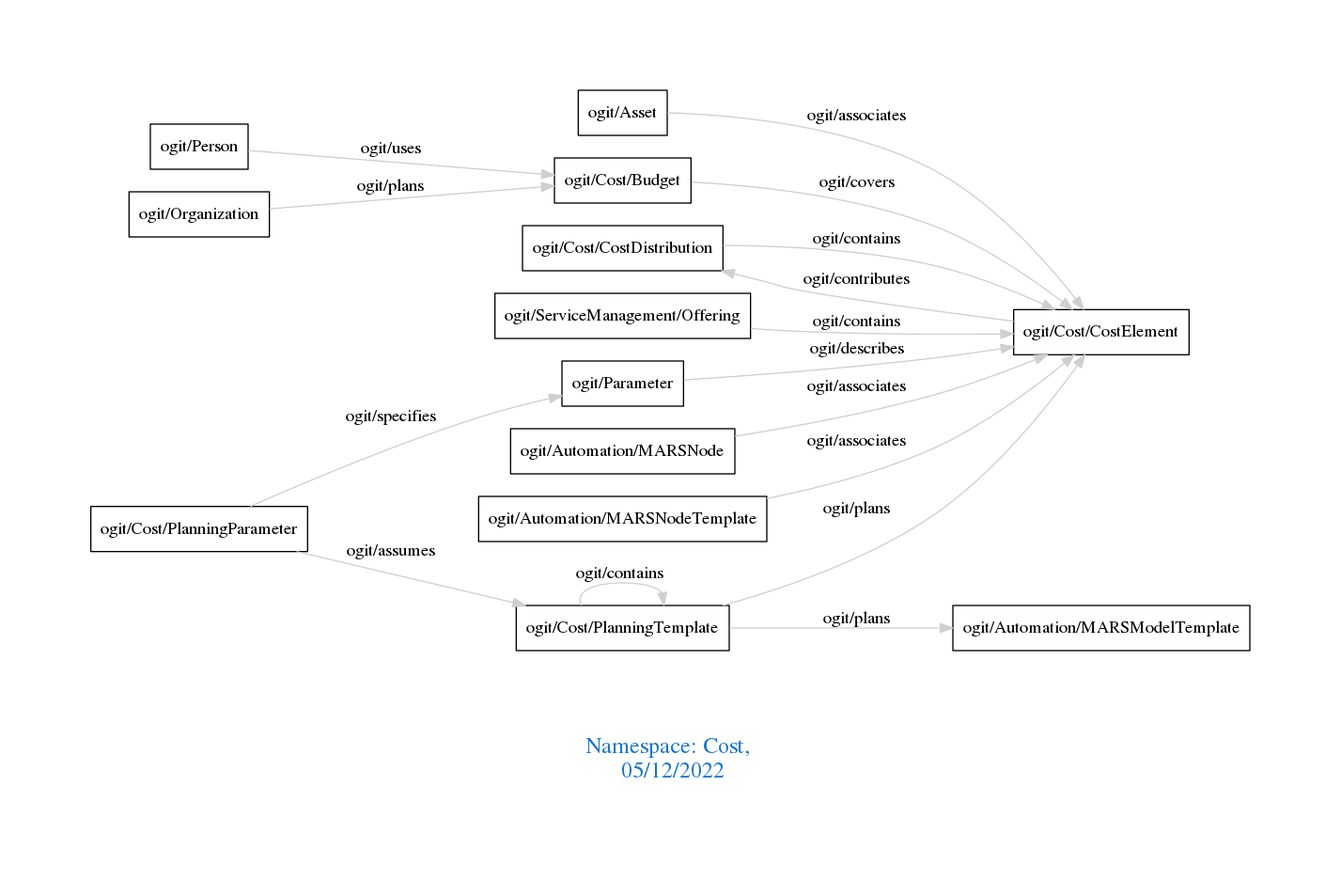
arago/OGIT keeps this Graphviz diagram as downloads/Cost.png. Above is the earlier version. Its source is kept beside it as downloads/Cost.dot.
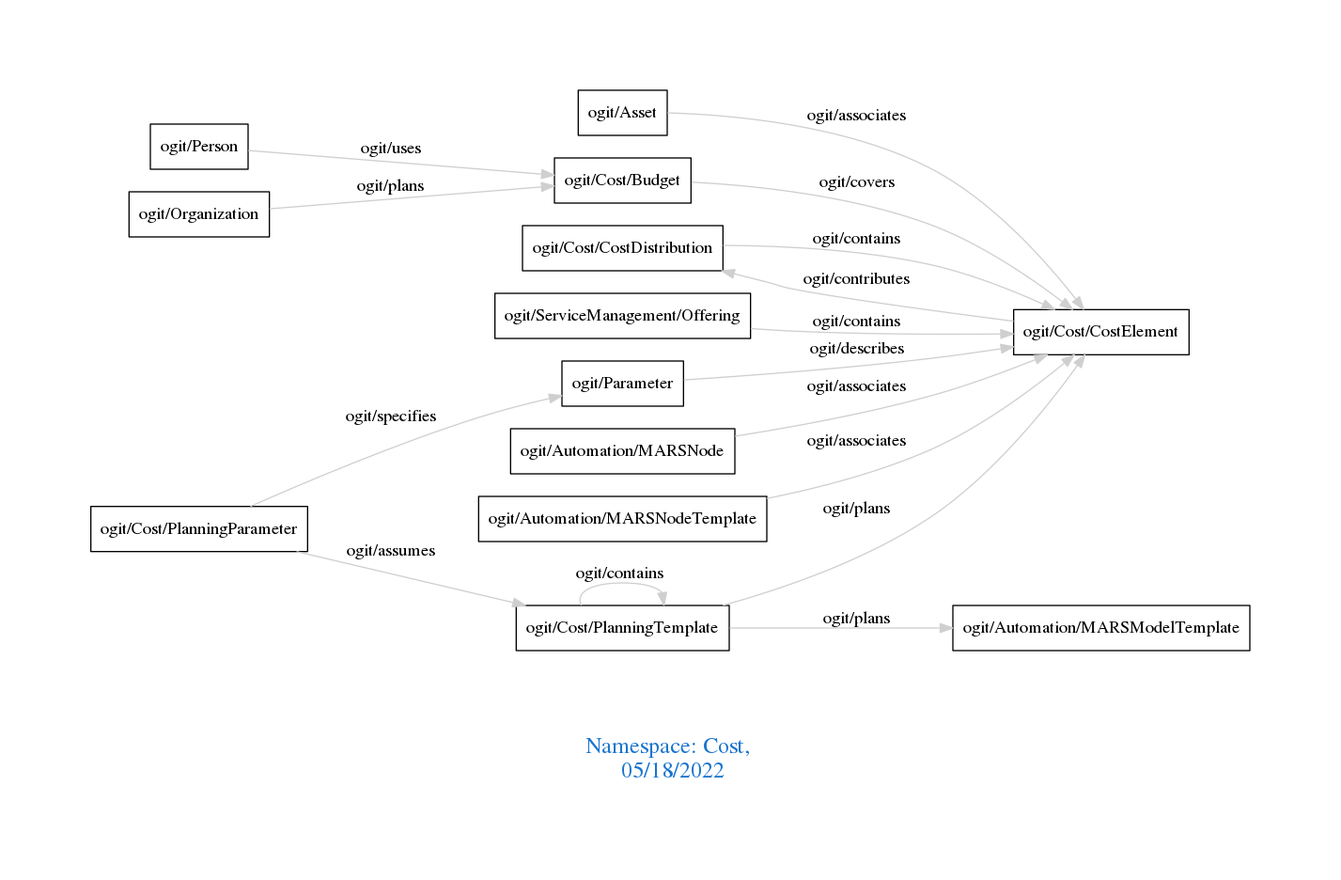
After the change.

Change to the diagram source:
```diff
@@ -1,7 +1,7 @@
 digraph OGIT_ontology {
  graph [ rankdir= LR,pad=1
 fontsize = 18,
-fontcolor= dodgerblue3,label = "\n\n\nNamespace: Cost, \n 05/12/2022"];
+fontcolor= dodgerblue3,label = "\n\n\nNamespace: Cost, \n 05/18/2022"];
 node[shape=polygon];
 edge [  color="gray81"];
 
```
